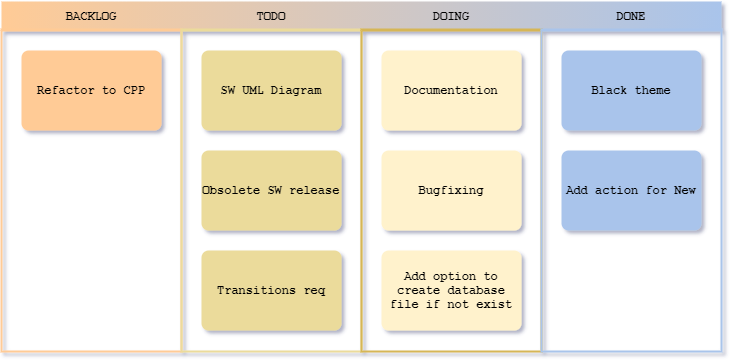
Earlier version of the draw.io export doc/TODO.png (Inflanty/flashy). Source tidied: cells renumbered, new cells last; positions are measured from the earlier drawing's top-left corner, leaving out a move shared by most shapes.
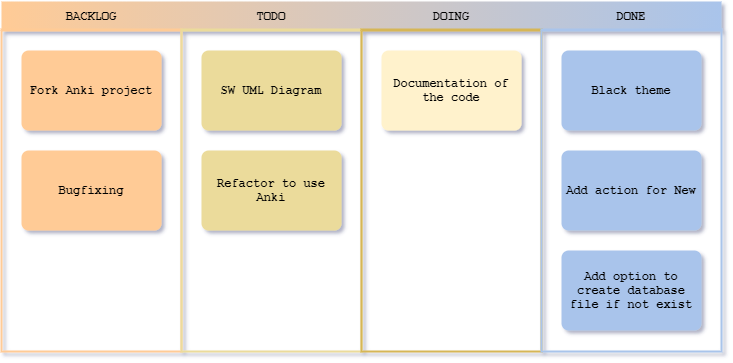
After the commit.

What changed in the source:
```diff
@@ -8,11 +8,16 @@
     <mxCell id="3" value="BACKLOG" style="swimlane;strokeWidth=2;fontFamily=Courier New;html=0;startSize=1;verticalAlign=bottom;spacingBottom=5;stackBorder=20;sketch=0;fillStyle=solid;fillColor=#FFCB96;strokeColor=#FFCB96;" parent="2" vertex="1">
       <mxGeometry y="28" width="180" height="322" as="geometry" />
     </mxCell>
-    <object id="4" label="Refactor to CPP" placeholders="1">
-      <mxCell style="whiteSpace=wrap;html=1;strokeWidth=2;fillColor=swimlane;fontStyle=1;spacingTop=0;rounded=1;arcSize=9;sketch=0;fontFamily=Courier New;hachureGap=8;fillWeight=1;strokeColor=none;" parent="3" vertex="1">
-        <mxGeometry x="20" y="21" width="140" height="80" as="geometry" />
-      </mxCell>
-    </object>
+    <object id="16" label="Fork Anki project" placeholders="1">
+      <mxCell style="whiteSpace=wrap;html=1;strokeWidth=2;fillColor=swimlane;fontStyle=1;spacingTop=0;rounded=1;arcSize=9;sketch=0;fontFamily=Courier New;hachureGap=8;fillWeight=1;strokeColor=none;" parent="3" vertex="1">
+        <mxGeometry x="20" y="21" width="140" height="80" as="geometry" />
+      </mxCell>
+    </object>
+    <object id="11" label="&lt;div&gt;Bugfixing&lt;/div&gt;" placeholders="1">
+      <mxCell style="whiteSpace=wrap;html=1;strokeWidth=2;fillColor=swimlane;fontStyle=1;spacingTop=0;rounded=1;arcSize=9;sketch=0;fontFamily=Courier New;hachureGap=8;fillWeight=1;strokeColor=none;" parent="3" vertex="1">
+        <mxGeometry x="20" y="121" width="140" height="80" as="geometry" />
+      </mxCell>
+    </object>
     <mxCell id="5" value="TODO" style="swimlane;strokeWidth=2;fontFamily=Courier New;html=0;startSize=1;verticalAlign=bottom;spacingBottom=5;stackBorder=20;sketch=0;fillStyle=solid;fillColor=#EBDB9B;strokeColor=#EBDB9B;" parent="2" vertex="1">
       <mxGeometry x="180" y="28" width="180" height="322" as="geometry" />
     </mxCell>
@@ -21,34 +26,19 @@
         <mxGeometry x="20" y="21" width="140" height="80" as="geometry" />
       </mxCell>
     </object>
-    <object id="7" label="Obsolete SW release" placeholders="1">
-      <mxCell style="whiteSpace=wrap;html=1;strokeWidth=2;fillColor=swimlane;fontStyle=1;spacingTop=0;rounded=1;arcSize=9;sketch=0;fontFamily=Courier New;hachureGap=8;fillWeight=1;strokeColor=none;" parent="5" vertex="1">
-        <mxGeometry x="20" y="121" width="140" height="80" as="geometry" />
-      </mxCell>
-    </object>
-    <object id="8" label="Transitions req" placeholders="1">
-      <mxCell style="whiteSpace=wrap;html=1;strokeWidth=2;fillColor=swimlane;fontStyle=1;spacingTop=0;rounded=1;arcSize=9;sketch=0;fontFamily=Courier New;hachureGap=8;fillWeight=1;strokeColor=none;" parent="5" vertex="1">
-        <mxGeometry x="20" y="221" width="140" height="80" as="geometry" />
-      </mxCell>
-    </object>
+    <object id="4" label="Refactor to use Anki" placeholders="1">
+      <mxCell style="whiteSpace=wrap;html=1;strokeWidth=2;fillColor=swimlane;fontStyle=1;spacingTop=0;rounded=1;arcSize=9;sketch=0;fontFamily=Courier New;hachureGap=8;fillWeight=1;strokeColor=none;" parent="5" vertex="1">
+        <mxGeometry x="20" y="121" width="140" height="80" as="geometry" />
+      </mxCell>
+    </object>
     <mxCell id="9" value="DOING" style="swimlane;strokeWidth=2;fontFamily=Courier New;html=0;startSize=1;verticalAlign=bottom;spacingBottom=5;stackBorder=20;sketch=0;strokeColor=#d6b656;fillStyle=solid;fillColor=#fff2cc;" parent="2" vertex="1">
       <mxGeometry x="360" y="28" width="180" height="322" as="geometry" />
     </mxCell>
-    <object id="10" label="&lt;div&gt;Documentation&lt;/div&gt;" placeholders="1">
+    <object id="10" label="&lt;div&gt;Documentation of the code&lt;/div&gt;" placeholders="1">
       <mxCell style="whiteSpace=wrap;html=1;strokeWidth=2;fillColor=swimlane;fontStyle=1;spacingTop=0;rounded=1;arcSize=9;sketch=0;fontFamily=Courier New;hachureGap=8;fillWeight=1;strokeColor=none;" parent="9" vertex="1">
         <mxGeometry x="20" y="21" width="140" height="80" as="geometry" />
       </mxCell>
     </object>
-    <object id="11" label="&lt;div&gt;Bugfixing&lt;/div&gt;" placeholders="1">
-      <mxCell style="whiteSpace=wrap;html=1;strokeWidth=2;fillColor=swimlane;fontStyle=1;spacingTop=0;rounded=1;arcSize=9;sketch=0;fontFamily=Courier New;hachureGap=8;fillWeight=1;strokeColor=none;" parent="9" vertex="1">
-        <mxGeometry x="20" y="121" width="140" height="80" as="geometry" />
-      </mxCell>
-    </object>
-    <object id="12" label="Add option to create database file if not exist" placeholders="1">
-      <mxCell style="whiteSpace=wrap;html=1;strokeWidth=2;fillColor=swimlane;fontStyle=1;spacingTop=0;rounded=1;arcSize=9;sketch=0;fontFamily=Courier New;hachureGap=8;fillWeight=1;strokeColor=none;" parent="9" vertex="1">
-        <mxGeometry x="20" y="221" width="140" height="80" as="geometry" />
-      </mxCell>
-    </object>
     <mxCell id="13" value="DONE" style="swimlane;strokeWidth=2;fontFamily=Courier New;html=0;startSize=1;verticalAlign=bottom;spacingBottom=5;stackBorder=20;sketch=0;fillStyle=solid;strokeColor=#A9C4EB;fillColor=#A9C4EB;" parent="2" vertex="1">
       <mxGeometry x="540" y="28" width="180" height="322" as="geometry" />
     </mxCell>
@@ -62,5 +52,10 @@
         <mxGeometry x="20" y="121" width="140" height="80" as="geometry" />
       </mxCell>
     </object>
+    <object id="12" label="Add option to create database file if not exist" placeholders="1">
+      <mxCell style="whiteSpace=wrap;html=1;strokeWidth=2;fillColor=swimlane;fontStyle=1;spacingTop=0;rounded=1;arcSize=9;sketch=0;fontFamily=Courier New;hachureGap=8;fillWeight=1;strokeColor=none;" parent="13" vertex="1">
+        <mxGeometry x="20" y="221" width="140" height="80" as="geometry" />
+      </mxCell>
+    </object>
   </root>
 </mxGraphModel>
```
